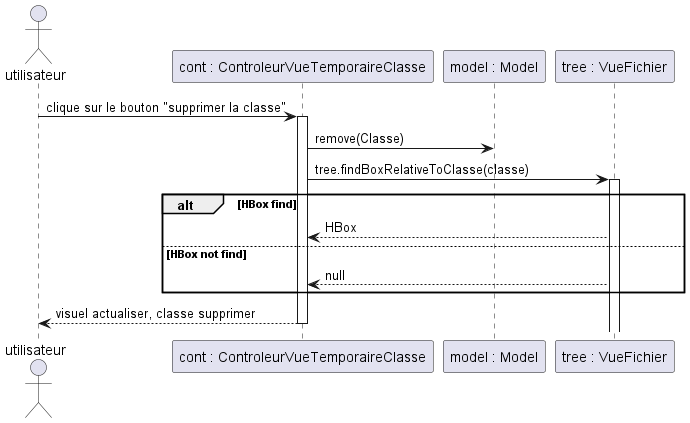
The PlantUML diagram document/5. sprint/SequenceSuppresionPane.png in dardenne8u/ObjectAid_SAE, before a commit. The source it was exported from:
```plantuml
@startuml
actor utilisateur
participant "cont : ControleurVueTemporaireClasse" as cont
participant "model : Model" as model
participant "tree : VueFichier" as tree

utilisateur -> cont : clique sur le bouton "supprimer la classe"
activate cont

    cont -> model : remove(Classe)
    cont -> tree : tree.findBoxRelativeToClasse(classe)
    activate tree
    alt HBox find
        cont <-- tree : HBox
    else HBox not find
        cont <-- tree : null
    end

utilisateur <-- cont : visuel actualiser, classe supprimer
deactivate cont
@enduml
```
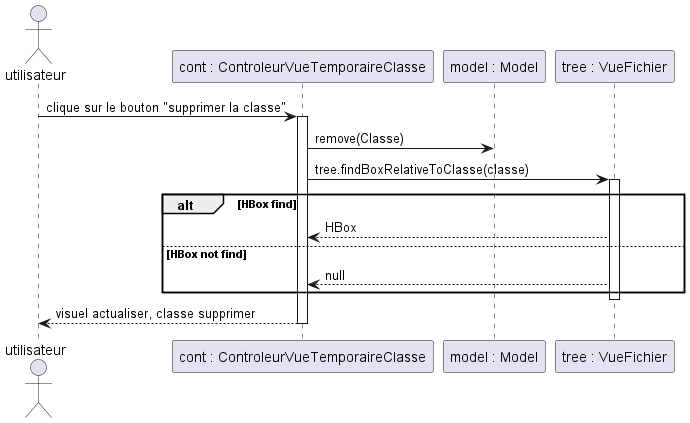
The same file after the commit.

Commit message:
Rectification du diagramnme

Change to the diagram source:
```diff
@@ -15,6 +15,8 @@
     else HBox not find
         cont <-- tree : null
     end
+    deactivate tree
+
 
 utilisateur <-- cont : visuel actualiser, classe supprimer
 deactivate cont
```
